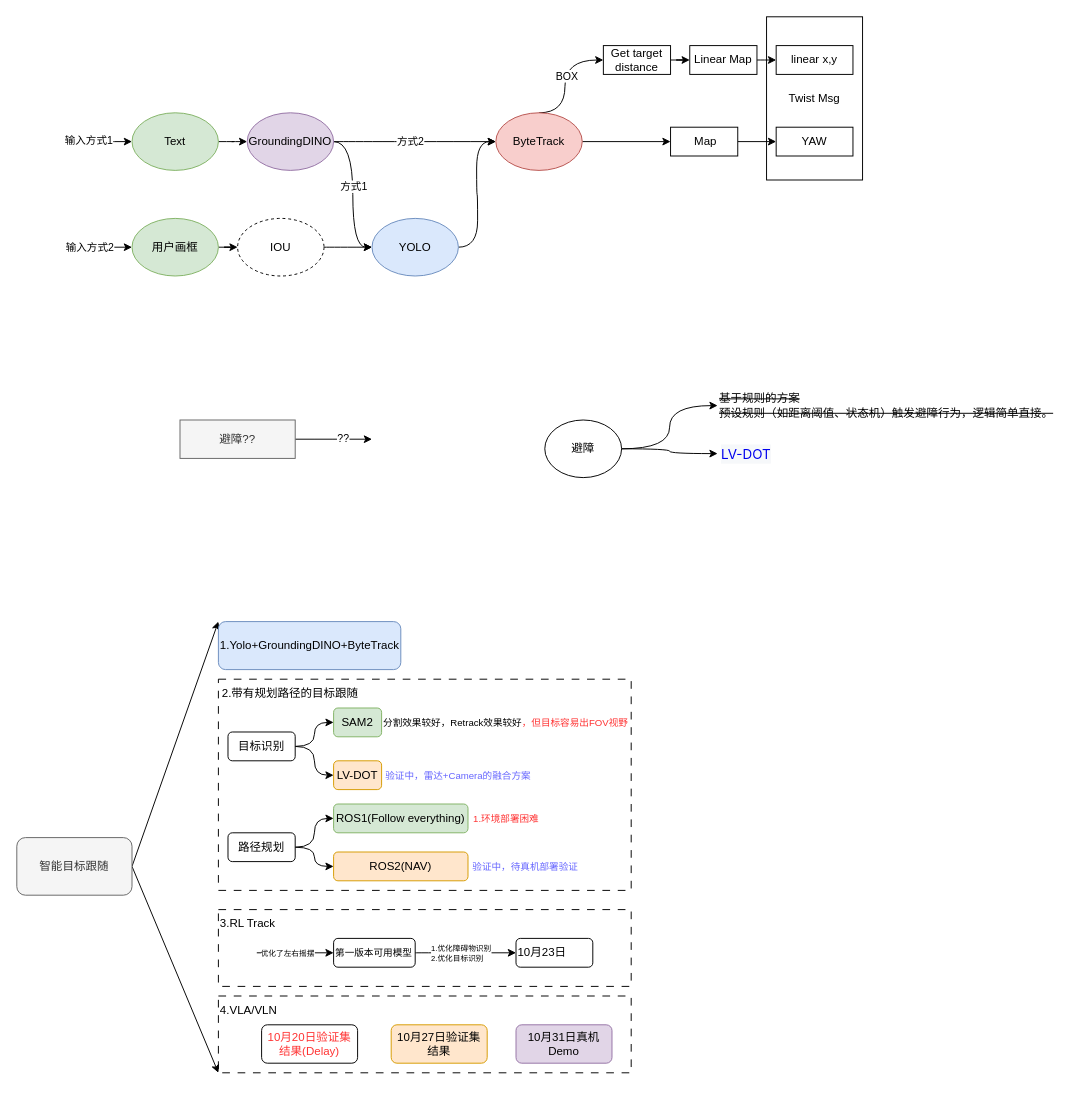
mailonghua/drawio keeps this draw.io diagram as LLM/经典跟踪方法.drawio. Above is the earlier version. Source tidied: cells renumbered, new cells numbered last; positions are measured from the earlier drawing's top-left corner, leaving out a move shared by most shapes. Both pictures are drawn from the tidied source at 96%, with x=0, y=0 at pixel (16, 16).
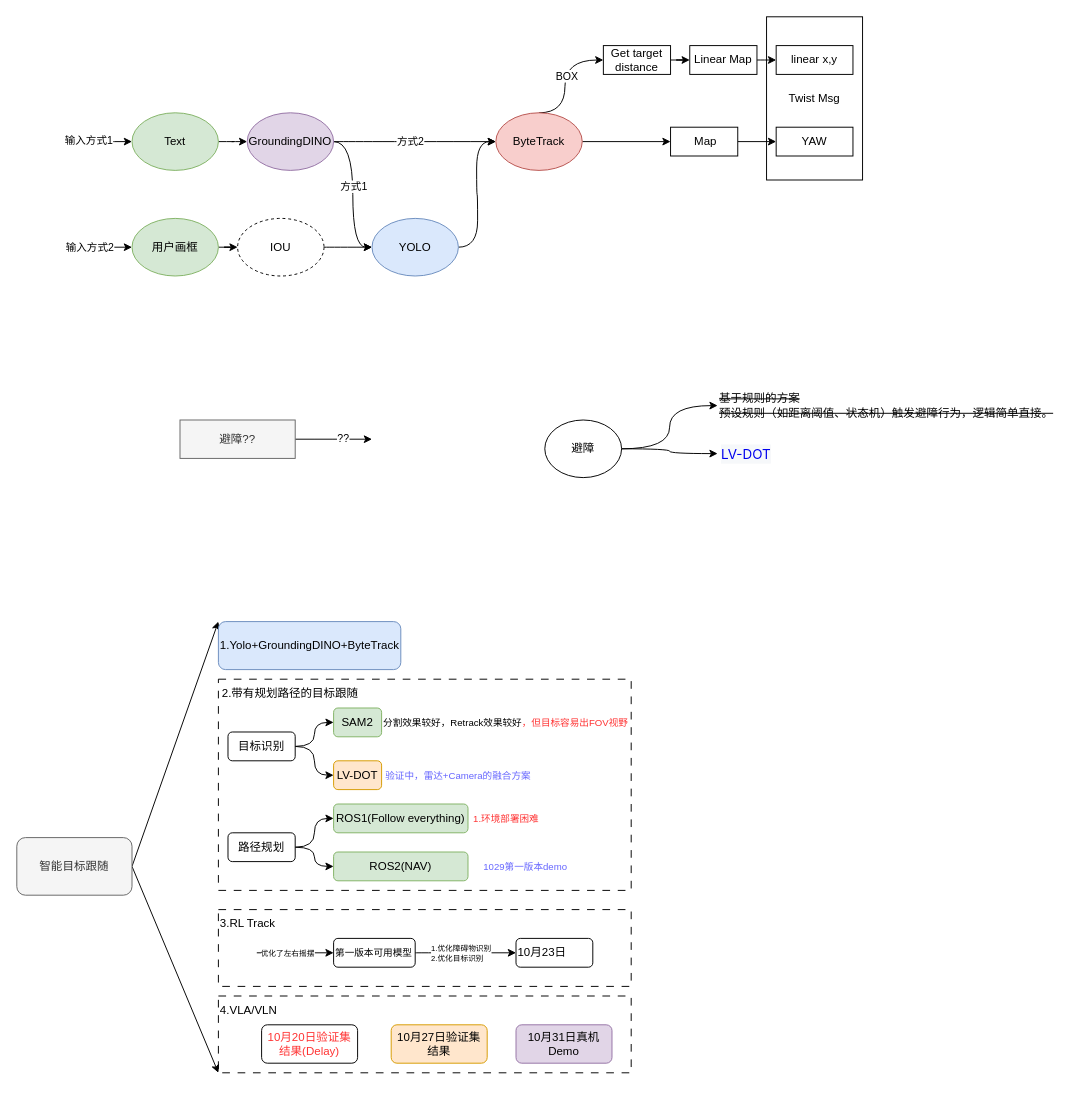
The same page after the edit.

Commit message:
更新经典跟踪方法.drawio

The edit, as a diff of the source:
```diff
@@
-    <mxCell id="55" value="ROS2(NAV)" style="rounded=1;whiteSpace=wrap;html=1;align=center;fillColor=#ffe6cc;strokeColor=#d79b00;" parent="1" vertex="1">
+    <mxCell id="55" value="ROS2(NAV)" style="rounded=1;whiteSpace=wrap;html=1;align=center;fillColor=#d5e8d4;strokeColor=#82b366;" parent="1" vertex="1">
       <mxGeometry x="330" y="870" width="140" height="30" as="geometry" />
     </mxCell>
@@
-    <mxCell id="59" value="验证中，待真机部署验证" style="text;strokeColor=none;align=center;fillColor=none;html=1;verticalAlign=middle;whiteSpace=wrap;rounded=0;fontStyle=0;fontColor=#6666FF;fontSize=10;" parent="1" vertex="1">
+    <mxCell id="59" value="1029第一版本demo" style="text;strokeColor=none;align=center;fillColor=none;html=1;verticalAlign=middle;whiteSpace=wrap;rounded=0;fontStyle=0;fontColor=#6666FF;fontSize=10;" parent="1" vertex="1">
       <mxGeometry x="470" y="870" width="120" height="30" as="geometry" />
     </mxCell>
```
